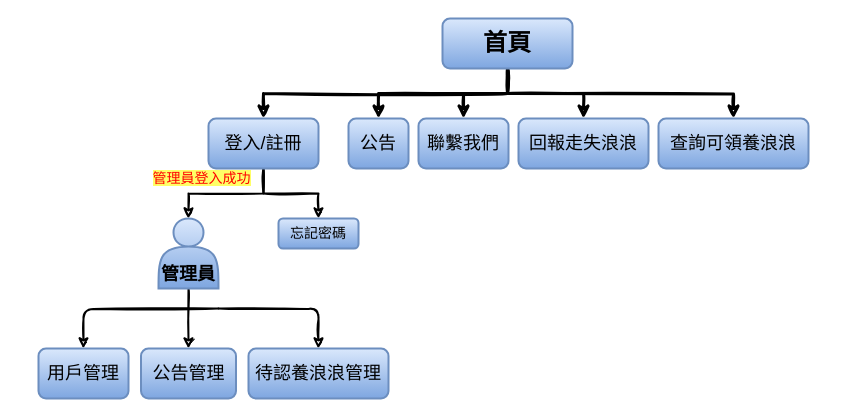
Tzu-Lin/Tzu-Lin.github.io keeps this draw.io diagram as page "Page-3" (3 of 3) of Untitled Diagram.drawio. Above is the earlier version. Source tidied: cells renumbered, new cells numbered last; positions are measured from the earlier drawing's top-left corner, leaving out a move shared by most shapes. Both pictures are drawn from the tidied source at 100%, with x=0, y=0 at pixel (38, 18).
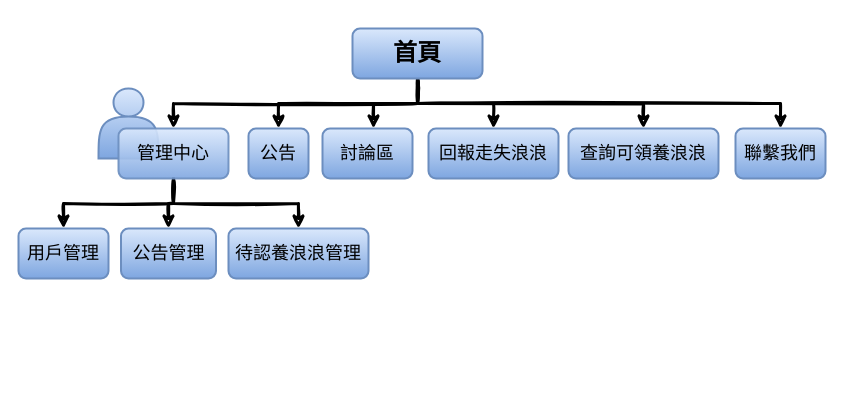
The same diagram, later.

Change to the diagram source:
```diff
@@
-    <mxCell id="2" style="edgeStyle=orthogonalEdgeStyle;rounded=1;sketch=1;jettySize=auto;html=1;exitX=0.5;exitY=1;exitDx=0;exitDy=0;entryX=0.5;entryY=0;entryDx=0;entryDy=0;shadow=0;strokeWidth=2;fillColor=#dae8fc;gradientColor=#7ea6e0;" parent="1" edge="1" source="3" target="6">
-      <mxGeometry relative="1" as="geometry" />
-    </mxCell>
-    <mxCell id="3" value="&lt;font style=&quot;font-size: 18px&quot;&gt;&lt;b&gt;&lt;br&gt;&lt;br&gt;管理員&lt;/b&gt;&lt;br&gt;&lt;/font&gt;" style="shape=actor;whiteSpace=wrap;html=1;strokeWidth=2;fillColor=#dae8fc;strokeColor=#6c8ebf;gradientColor=#7ea6e0;" parent="1" vertex="1">
-      <mxGeometry x="120" y="200" width="60" height="70" as="geometry" />
+    <mxCell id="3" value="&lt;font style=&quot;font-size: 18px&quot;&gt;&lt;br&gt;&lt;/font&gt;" style="shape=actor;whiteSpace=wrap;html=1;strokeWidth=2;fillColor=#dae8fc;strokeColor=#6c8ebf;gradientColor=#7ea6e0;" parent="1" vertex="1">
+      <mxGeometry x="60" y="70" width="60" height="70" as="geometry" />
     </mxCell>
-    <mxCell id="4" style="edgeStyle=orthogonalEdgeStyle;rounded=1;sketch=1;jettySize=auto;html=1;exitX=0.5;exitY=1;exitDx=0;exitDy=0;shadow=0;strokeWidth=2;fillColor=#dae8fc;gradientColor=#7ea6e0;" parent="1" edge="1" target="8">
-      <mxGeometry relative="1" as="geometry">
-        <mxPoint x="180" y="290" as="sourcePoint" />
-      </mxGeometry>
-    </mxCell>
-    <mxCell id="5" style="edgeStyle=orthogonalEdgeStyle;rounded=1;sketch=1;jettySize=auto;html=1;exitX=0.5;exitY=1;exitDx=0;exitDy=0;shadow=0;strokeWidth=2;fillColor=#dae8fc;gradientColor=#7ea6e0;" parent="1" edge="1" target="7">
-      <mxGeometry relative="1" as="geometry">
-        <mxPoint x="180" y="290" as="sourcePoint" />
-      </mxGeometry>
-    </mxCell>
     <mxCell id="6" value="&lt;span style=&quot;font-size: 18px&quot;&gt;公告管理&lt;/span&gt;" style="rounded=1;whiteSpace=wrap;html=1;strokeWidth=2;fillColor=#dae8fc;strokeColor=#6c8ebf;gradientColor=#7ea6e0;" parent="1" vertex="1">
-      <mxGeometry x="102.5" y="330" width="95" height="50" as="geometry" />
+      <mxGeometry x="82.5" y="210" width="95" height="50" as="geometry" />
     </mxCell>
     <mxCell id="7" value="&lt;span style=&quot;font-size: 18px&quot;&gt;待認養浪浪管理&lt;br&gt;&lt;/span&gt;" style="rounded=1;whiteSpace=wrap;html=1;strokeWidth=2;fillColor=#dae8fc;strokeColor=#6c8ebf;gradientColor=#7ea6e0;" parent="1" vertex="1">
-      <mxGeometry x="210" y="330" width="140" height="50" as="geometry" />
+      <mxGeometry x="190" y="210" width="140" height="50" as="geometry" />
     </mxCell>
     <mxCell id="8" value="&lt;font style=&quot;vertical-align: inherit ; font-size: 18px&quot;&gt;用戶管理&lt;/font&gt;" style="rounded=1;whiteSpace=wrap;html=1;strokeWidth=2;fillColor=#dae8fc;strokeColor=#6c8ebf;gradientColor=#7ea6e0;" parent="1" vertex="1">
-      <mxGeometry y="330" width="90" height="50" as="geometry" />
+      <mxGeometry x="-20" y="210" width="90" height="50" as="geometry" />
     </mxCell>
     <mxCell id="9" style="edgeStyle=orthogonalEdgeStyle;jettySize=auto;html=1;rounded=0;strokeWidth=3;sketch=1;fillColor=#dae8fc;gradientColor=#7ea6e0;" parent="1" edge="1" source="14" target="19">
       <mxGeometry relative="1" as="geometry">
         <Array as="points">
-          <mxPoint x="469" y="75" />
-          <mxPoint x="425" y="75" />
+          <mxPoint x="379" y="85" />
+          <mxPoint x="335" y="85" />
         </Array>
       </mxGeometry>
     </mxCell>
@@
     <mxCell id="11" style="edgeStyle=orthogonalEdgeStyle;jettySize=auto;html=1;rounded=0;strokeWidth=3;sketch=1;fillColor=#dae8fc;gradientColor=#7ea6e0;" parent="1" edge="1" target="21">
       <mxGeometry relative="1" as="geometry">
-        <mxPoint x="469" y="75" as="sourcePoint" />
+        <mxPoint x="379" y="85" as="sourcePoint" />
       </mxGeometry>
     </mxCell>
@@
+    <mxCell id="24" style="edgeStyle=orthogonalEdgeStyle;rounded=0;sketch=1;jettySize=auto;html=1;exitX=0.5;exitY=1;exitDx=0;exitDy=0;entryX=0.5;entryY=0;entryDx=0;entryDy=0;endArrow=classic;endFill=0;strokeWidth=3;" parent="1" edge="1" source="14" target="28">
+      <mxGeometry relative="1" as="geometry" />
+    </mxCell>
     <mxCell id="14" value="&lt;font style=&quot;vertical-align: inherit ; font-size: 24px&quot;&gt;&lt;b&gt;首頁&lt;/b&gt;&lt;/font&gt;" style="rounded=1;whiteSpace=wrap;html=1;fontSize=12;glass=0;strokeWidth=2;shadow=0;fillColor=#dae8fc;strokeColor=#6c8ebf;gradientColor=#7ea6e0;" parent="1" vertex="1">
-      <mxGeometry x="404" width="130" height="50" as="geometry" />
+      <mxGeometry x="314" y="10" width="130" height="50" as="geometry" />
     </mxCell>
-    <mxCell id="15" style="edgeStyle=orthogonalEdgeStyle;rounded=0;sketch=1;jettySize=auto;html=1;shadow=0;strokeWidth=2;" parent="1" edge="1" source="17" target="22">
-      <mxGeometry relative="1" as="geometry" />
-    </mxCell>
-    <mxCell id="16" style="edgeStyle=orthogonalEdgeStyle;rounded=0;sketch=1;jettySize=auto;html=1;shadow=0;strokeColor=#000000;strokeWidth=2;" parent="1" edge="1" source="17" target="3">
-      <mxGeometry relative="1" as="geometry" />
-    </mxCell>
+    <mxCell id="25" style="edgeStyle=orthogonalEdgeStyle;rounded=0;sketch=1;jettySize=auto;html=1;endArrow=classic;endFill=0;strokeWidth=3;" parent="1" edge="1" source="17" target="7">
+      <mxGeometry relative="1" as="geometry" />
+    </mxCell>
+    <mxCell id="26" style="edgeStyle=orthogonalEdgeStyle;rounded=0;sketch=1;jettySize=auto;html=1;exitX=0.5;exitY=1;exitDx=0;exitDy=0;entryX=0.5;entryY=0;entryDx=0;entryDy=0;endArrow=classic;endFill=0;strokeWidth=3;" parent="1" edge="1" source="17" target="6">
+      <mxGeometry relative="1" as="geometry" />
+    </mxCell>
+    <mxCell id="27" style="edgeStyle=orthogonalEdgeStyle;rounded=0;sketch=1;jettySize=auto;html=1;exitX=0.5;exitY=1;exitDx=0;exitDy=0;endArrow=classic;endFill=0;strokeWidth=3;" parent="1" edge="1" source="17" target="8">
+      <mxGeometry relative="1" as="geometry" />
+    </mxCell>
-    <mxCell id="17" value="&lt;font style=&quot;vertical-align: inherit ; font-size: 18px&quot;&gt;登入/註冊&lt;/font&gt;" style="rounded=1;whiteSpace=wrap;html=1;strokeWidth=2;fillColor=#dae8fc;strokeColor=#6c8ebf;gradientColor=#7ea6e0;" parent="1" vertex="1">
-      <mxGeometry x="170" y="100" width="110" height="50" as="geometry" />
+    <mxCell id="17" value="&lt;span style=&quot;font-size: 18px&quot;&gt;管理中心&lt;/span&gt;" style="rounded=1;whiteSpace=wrap;html=1;strokeWidth=2;fillColor=#dae8fc;strokeColor=#6c8ebf;gradientColor=#7ea6e0;opacity=90;" parent="1" vertex="1">
+      <mxGeometry x="80" y="110" width="110" height="50" as="geometry" />
     </mxCell>
     <mxCell id="18" value="&lt;font style=&quot;vertical-align: inherit ; font-size: 18px&quot;&gt;公告&lt;/font&gt;" style="rounded=1;whiteSpace=wrap;html=1;strokeWidth=2;fillColor=#dae8fc;strokeColor=#6c8ebf;gradientColor=#7ea6e0;" parent="1" vertex="1">
-      <mxGeometry x="310" y="100" width="60" height="50" as="geometry" />
+      <mxGeometry x="210" y="110" width="60" height="50" as="geometry" />
     </mxCell>
-    <mxCell id="19" value="&lt;font style=&quot;vertical-align: inherit ; font-size: 18px&quot;&gt;聯繫我們&lt;/font&gt;" style="rounded=1;whiteSpace=wrap;html=1;strokeWidth=2;fillColor=#dae8fc;strokeColor=#6c8ebf;gradientColor=#7ea6e0;" parent="1" vertex="1">
-      <mxGeometry x="380" y="100" width="90" height="50" as="geometry" />
+    <mxCell id="19" value="&lt;font style=&quot;vertical-align: inherit ; font-size: 18px&quot;&gt;討論區&lt;/font&gt;" style="rounded=1;whiteSpace=wrap;html=1;strokeWidth=2;fillColor=#dae8fc;strokeColor=#6c8ebf;gradientColor=#7ea6e0;" parent="1" vertex="1">
+      <mxGeometry x="284" y="110" width="90" height="50" as="geometry" />
     </mxCell>
     <mxCell id="20" value="&lt;font style=&quot;vertical-align: inherit ; font-size: 18px&quot;&gt;回報走失浪浪&lt;/font&gt;" style="rounded=1;whiteSpace=wrap;html=1;strokeWidth=2;fillColor=#dae8fc;strokeColor=#6c8ebf;gradientColor=#7ea6e0;" parent="1" vertex="1">
-      <mxGeometry x="480" y="100" width="130" height="50" as="geometry" />
+      <mxGeometry x="390" y="110" width="130" height="50" as="geometry" />
     </mxCell>
     <mxCell id="21" value="&lt;font style=&quot;vertical-align: inherit ; font-size: 18px&quot;&gt;查詢可領養浪浪&lt;/font&gt;" style="rounded=1;whiteSpace=wrap;html=1;strokeWidth=2;fillColor=#dae8fc;strokeColor=#6c8ebf;gradientColor=#7ea6e0;" parent="1" vertex="1">
-      <mxGeometry x="620" y="100" width="150" height="50" as="geometry" />
+      <mxGeometry x="530" y="110" width="150" height="50" as="geometry" />
     </mxCell>
-    <mxCell id="22" value="&lt;font style=&quot;font-size: 14px&quot;&gt;忘記密碼&lt;/font&gt;" style="rounded=1;whiteSpace=wrap;html=1;strokeWidth=2;fillColor=#dae8fc;strokeColor=#6c8ebf;gradientColor=#7ea6e0;" parent="1" vertex="1">
-      <mxGeometry x="240" y="200" width="80" height="30" as="geometry" />
-    </mxCell>
-    <mxCell id="23" value="&lt;font color=&quot;#ff0000&quot; style=&quot;background-color: rgb(255 , 255 , 102) ; font-size: 14px&quot;&gt;管理員登入成功&lt;/font&gt;" style="text;html=1;align=center;verticalAlign=middle;strokeColor=none;" parent="1" vertex="1">
-      <mxGeometry x="107.5" y="150" width="110" height="20" as="geometry" />
-    </mxCell>
+    <mxCell id="28" value="&lt;font style=&quot;vertical-align: inherit ; font-size: 18px&quot;&gt;聯繫我們&lt;/font&gt;" style="rounded=1;whiteSpace=wrap;html=1;strokeWidth=2;fillColor=#dae8fc;strokeColor=#6c8ebf;gradientColor=#7ea6e0;" parent="1" vertex="1">
+      <mxGeometry x="697" y="110" width="90" height="50" as="geometry" />
+    </mxCell>
```
